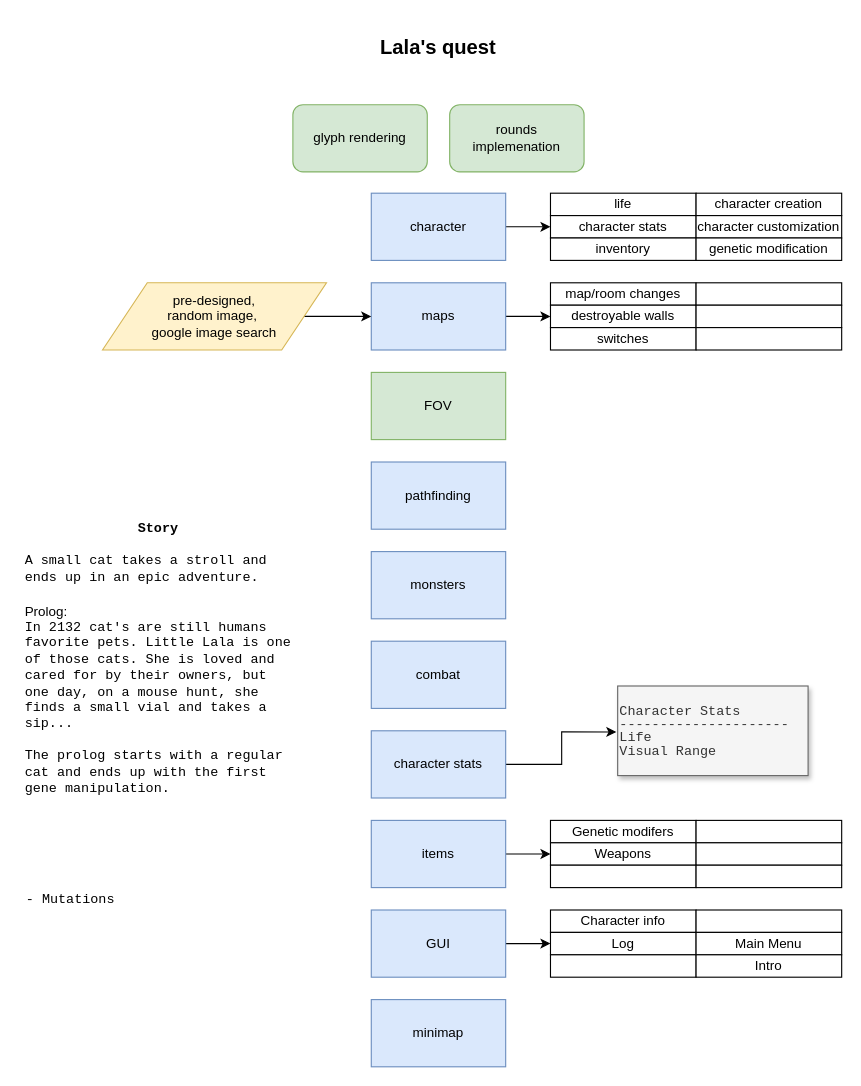
Earlier version of the draw.io diagram TODO.drawio (torlenor/asciiventure). Source tidied: cells renumbered, new cells numbered last; positions are measured from the earlier drawing's top-left corner, leaving out a move shared by most shapes. Both pictures are drawn from the tidied source at 112%, with x=0, y=0 at pixel (24, 36).
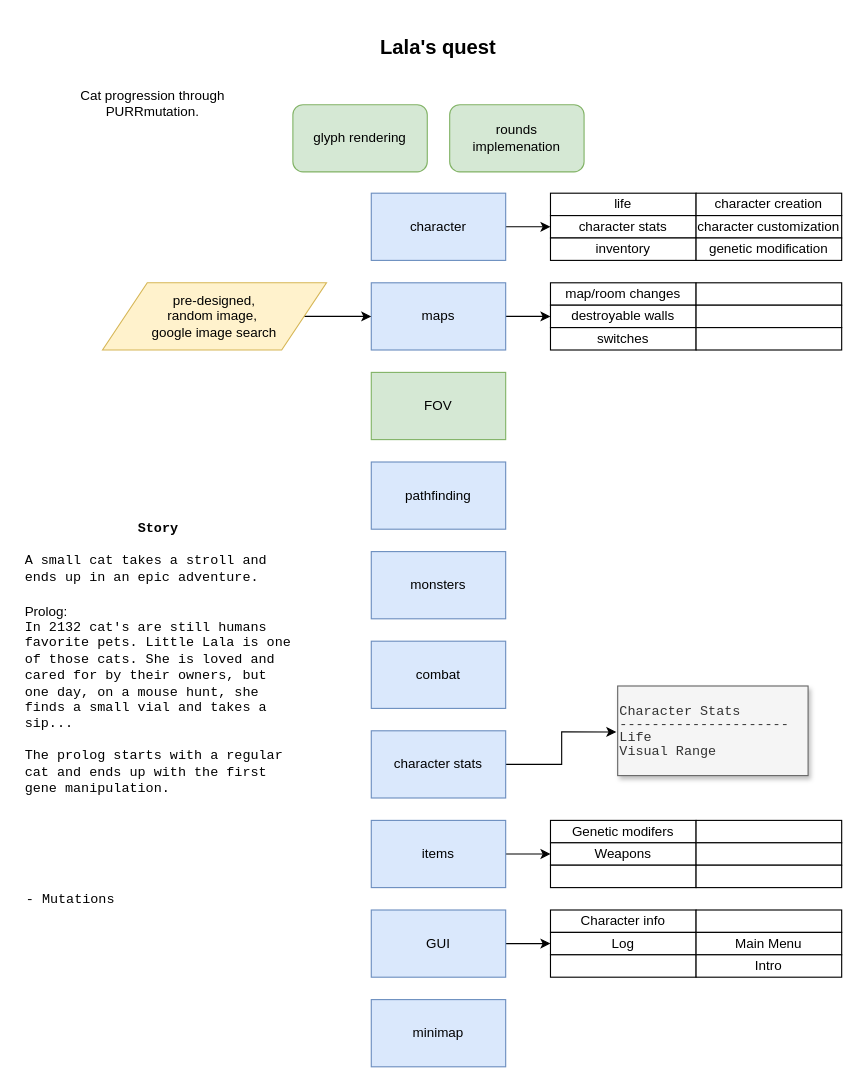
After the change.

Diff of the diagram source:
```diff
@@
+    <mxCell id="53" value="Cat progression through PURRmutation." style="text;html=1;strokeColor=none;fillColor=none;align=center;verticalAlign=middle;whiteSpace=wrap;rounded=0;" parent="1" vertex="1">
+      <mxGeometry x="10" y="30" width="210" height="60" as="geometry" />
+    </mxCell>
```
